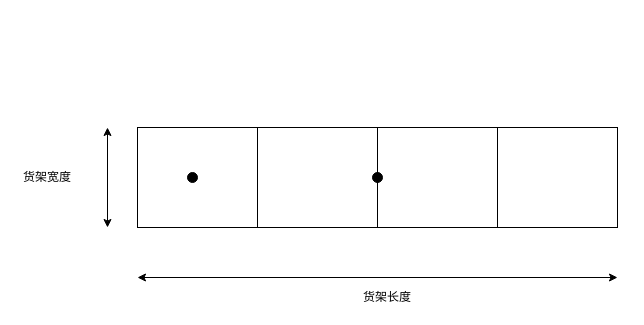
Above: ctuFrame.drawio in hookex/chart (draw.io), before the change. Source tidied: cells renumbered, new cells numbered last; positions are measured from the earlier drawing's top-left corner, leaving out a move shared by most shapes. Both pictures are drawn from the tidied source at 100%, with x=0, y=0 at pixel (17, 127).
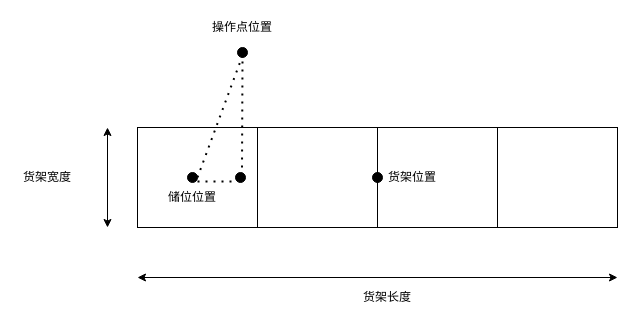
The same page after the edit.

The edit, as a diff of the source:
```diff
@@
+    <mxCell id="13" style="ellipse;whiteSpace=wrap;html=1;fillColor=#000000;" parent="1" vertex="1">
+      <mxGeometry x="220" y="-80" width="10" height="10" as="geometry" />
+    </mxCell>
+    <mxCell id="14" value="货架位置" style="text;html=1;strokeColor=none;fillColor=none;align=center;verticalAlign=middle;whiteSpace=wrap;rounded=0;" parent="1" vertex="1">
+      <mxGeometry x="365" y="40" width="60" height="20" as="geometry" />
+    </mxCell>
+    <mxCell id="15" value="储位位置" style="text;html=1;strokeColor=none;fillColor=none;align=center;verticalAlign=middle;whiteSpace=wrap;rounded=0;" parent="1" vertex="1">
+      <mxGeometry x="145" y="60" width="60" height="20" as="geometry" />
+    </mxCell>
+    <mxCell id="16" value="操作点位置" style="text;html=1;strokeColor=none;fillColor=none;align=center;verticalAlign=middle;whiteSpace=wrap;rounded=0;" parent="1" vertex="1">
+      <mxGeometry x="190" y="-110" width="70" height="20" as="geometry" />
+    </mxCell>
+    <mxCell id="17" style="ellipse;whiteSpace=wrap;html=1;fillColor=#000000;" parent="1" vertex="1">
+      <mxGeometry x="218" y="45" width="10" height="10" as="geometry" />
+    </mxCell>
+    <mxCell id="18" style="endArrow=none;dashed=1;html=1;dashPattern=1 3;strokeWidth=2;exitX=0;exitY=0;exitDx=0;exitDy=0;" parent="1" edge="1">
+      <mxGeometry relative="1" as="geometry">
+        <mxPoint x="224.5" y="40" as="sourcePoint" />
+        <mxPoint x="225" y="-66.5" as="targetPoint" />
+      </mxGeometry>
+    </mxCell>
+    <mxCell id="19" style="endArrow=none;dashed=1;html=1;dashPattern=1 3;strokeWidth=2;" parent="1" edge="1">
+      <mxGeometry relative="1" as="geometry">
+        <mxPoint x="180" y="54" as="sourcePoint" />
+        <mxPoint x="220" y="54" as="targetPoint" />
+      </mxGeometry>
+    </mxCell>
+    <mxCell id="20" style="endArrow=none;dashed=1;html=1;dashPattern=1 3;strokeWidth=2;" parent="1" edge="1">
+      <mxGeometry relative="1" as="geometry">
+        <mxPoint x="180" y="50" as="sourcePoint" />
+        <mxPoint x="228" y="-80" as="targetPoint" />
+      </mxGeometry>
+    </mxCell>
```
